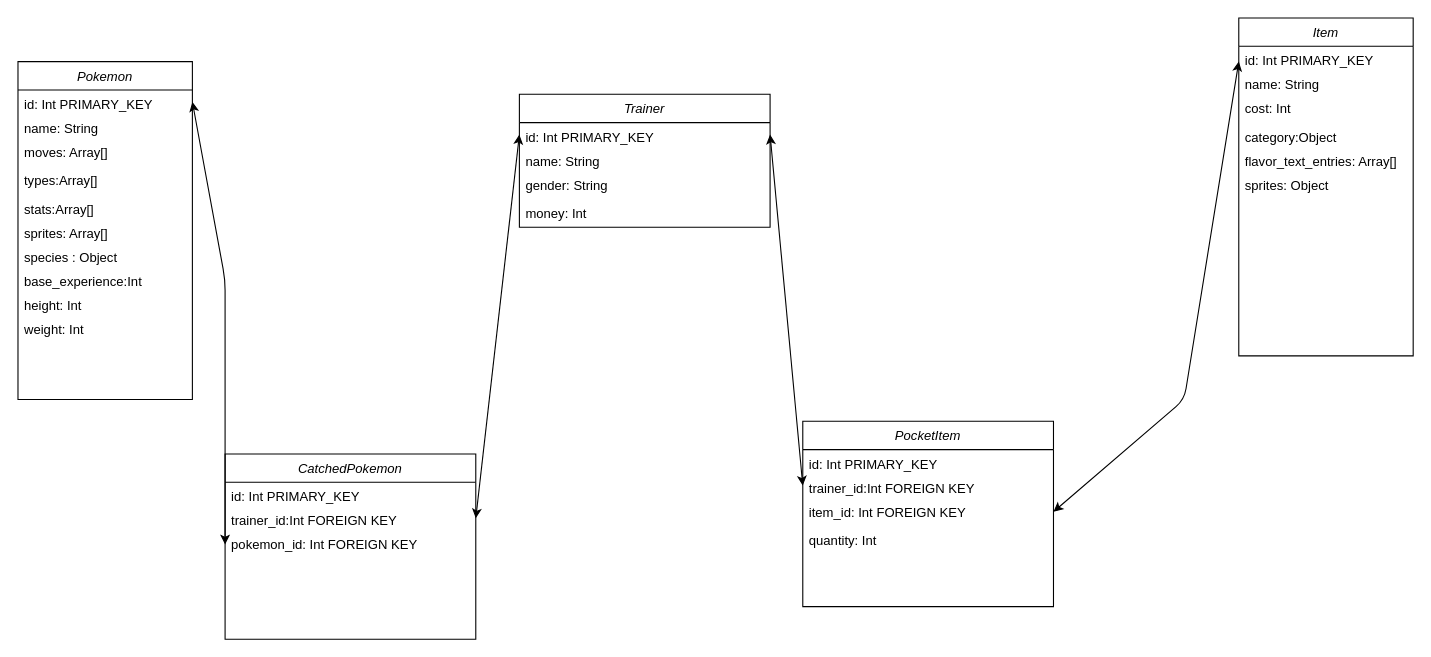
Earlier version of the draw.io diagram Class_Diagram.drawio (minikdev/pokeminik). Source tidied: cells renumbered, new cells numbered last; positions are measured from the earlier drawing's top-left corner, leaving out a move shared by most shapes. Both pictures are drawn from the tidied source at 109%, with x=0, y=0 at pixel (17, 17).
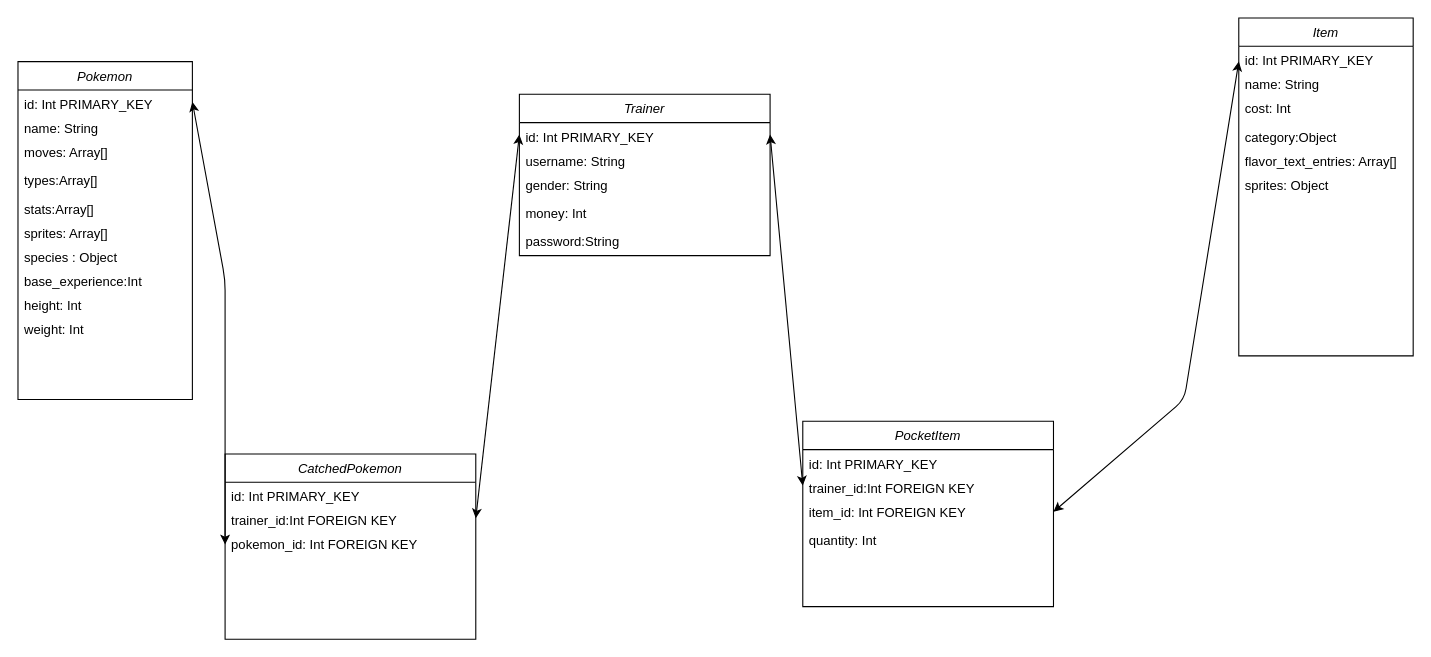
The same diagram, later.

The edit, as a diff of the source:
```diff
@@
     <mxCell id="20" value="Trainer" style="swimlane;fontStyle=2;align=center;verticalAlign=top;horizontal=1;startSize=26;rounded=0;shadow=0;strokeWidth=1;" parent="1" vertex="1">
-      <mxGeometry x="460" y="70" width="230" height="122" as="geometry" />
+      <mxGeometry x="460" y="70" width="230" height="148" as="geometry" />
     </mxCell>
@@
-    <mxCell id="22" value="name: String" style="text;align=left;verticalAlign=top;spacingLeft=4;spacingRight=4;overflow=hidden;rounded=0;shadow=0;html=0;" parent="20" vertex="1">
+    <mxCell id="22" value="username: String&#10;" style="text;align=left;verticalAlign=top;spacingLeft=4;spacingRight=4;overflow=hidden;rounded=0;shadow=0;html=0;" parent="20" vertex="1">
       <mxGeometry y="48" width="230" height="22" as="geometry" />
     </mxCell>
@@
+    <mxCell id="38" value="password:String" style="text;align=left;verticalAlign=top;spacingLeft=4;spacingRight=4;overflow=hidden;" parent="20" vertex="1">
+      <mxGeometry y="122" width="230" height="26" as="geometry" />
+    </mxCell>
```
